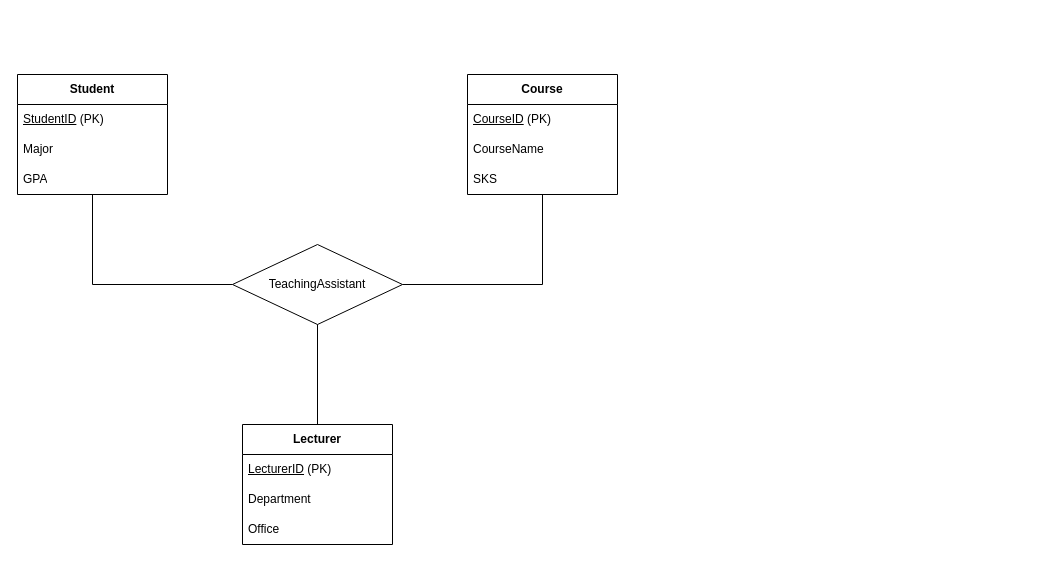
The draw.io diagram page "Page-31" (16 of 31) of EDM.drawio in HaikalE/-JavaScript-Interactive-Photo-Gallery, before the edit. Source tidied: cells renumbered, new cells numbered last; positions are measured from the earlier drawing's top-left corner, leaving out a move shared by most shapes. Both pictures are drawn from the tidied source at 100%, with x=0, y=0 at pixel (17, 74).
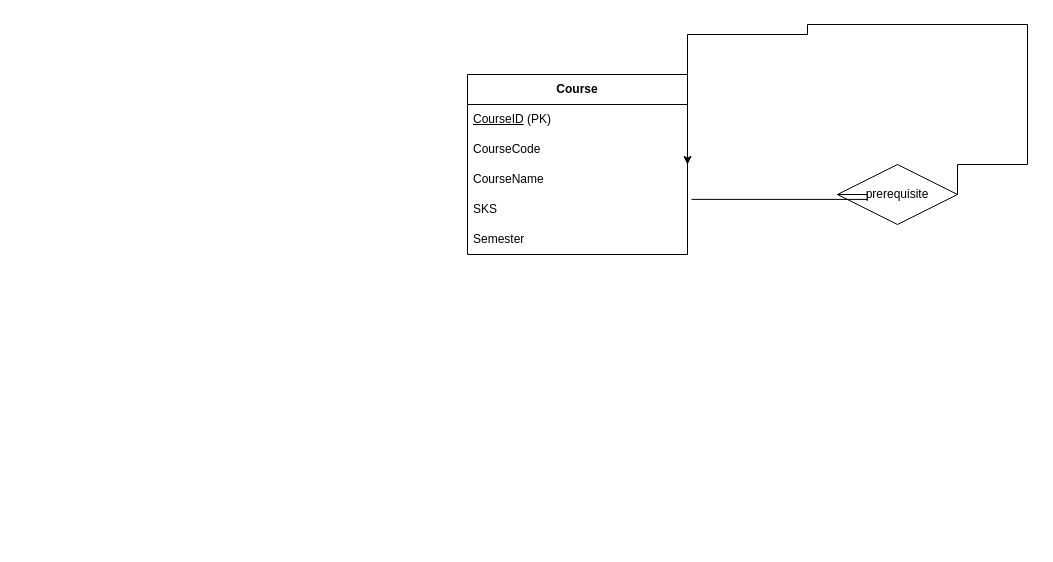
Above is the later version.

Change to the diagram source:
```diff
@@
 <mxGraphModel>
   <root>
     <mxCell id="0" />
     <mxCell id="1" parent="0" />
-    <mxCell id="2" value="Student" style="swimlane;fontStyle=1;horizontal=1;startSize=30;whiteSpace=wrap;html=1;" parent="1" vertex="1">
-      <mxGeometry width="150" height="120" as="geometry" />
-    </mxCell>
-    <mxCell id="3" value="&lt;u&gt;StudentID&lt;/u&gt; (PK)" style="text;strokeColor=none;fillColor=none;align=left;verticalAlign=middle;spacingLeft=4;spacingRight=4;overflow=hidden;whiteSpace=wrap;html=1;" parent="2" vertex="1">
-      <mxGeometry y="30" width="150" height="30" as="geometry" />
-    </mxCell>
-    <mxCell id="4" value="Major" style="text;strokeColor=none;fillColor=none;align=left;verticalAlign=middle;spacingLeft=4;spacingRight=4;overflow=hidden;whiteSpace=wrap;html=1;" parent="2" vertex="1">
-      <mxGeometry y="60" width="150" height="30" as="geometry" />
-    </mxCell>
-    <mxCell id="5" value="GPA" style="text;strokeColor=none;fillColor=none;align=left;verticalAlign=middle;spacingLeft=4;spacingRight=4;overflow=hidden;whiteSpace=wrap;html=1;" parent="2" vertex="1">
-      <mxGeometry y="90" width="150" height="30" as="geometry" />
-    </mxCell>
     <mxCell id="6" value="Course" style="swimlane;fontStyle=1;horizontal=1;startSize=30;whiteSpace=wrap;html=1;" parent="1" vertex="1">
-      <mxGeometry x="450" width="150" height="120" as="geometry" />
+      <mxGeometry x="450" width="220" height="180" as="geometry" />
     </mxCell>
     <mxCell id="7" value="&lt;u&gt;CourseID&lt;/u&gt; (PK)" style="text;strokeColor=none;fillColor=none;align=left;verticalAlign=middle;spacingLeft=4;spacingRight=4;overflow=hidden;whiteSpace=wrap;html=1;" parent="6" vertex="1">
-      <mxGeometry y="30" width="150" height="30" as="geometry" />
+      <mxGeometry y="30" width="220" height="30" as="geometry" />
     </mxCell>
+    <mxCell id="18" value="CourseCode" style="text;strokeColor=none;fillColor=none;align=left;verticalAlign=middle;spacingLeft=4;spacingRight=4;overflow=hidden;whiteSpace=wrap;html=1;" parent="6" vertex="1">
+      <mxGeometry y="60" width="220" height="30" as="geometry" />
+    </mxCell>
     <mxCell id="8" value="CourseName" style="text;strokeColor=none;fillColor=none;align=left;verticalAlign=middle;spacingLeft=4;spacingRight=4;overflow=hidden;whiteSpace=wrap;html=1;" parent="6" vertex="1">
-      <mxGeometry y="60" width="150" height="30" as="geometry" />
+      <mxGeometry y="90" width="220" height="30" as="geometry" />
     </mxCell>
     <mxCell id="9" value="SKS" style="text;strokeColor=none;fillColor=none;align=left;verticalAlign=middle;spacingLeft=4;spacingRight=4;overflow=hidden;points=[[0,0.5],[1,0.5]];portConstraint=eastwest;whiteSpace=wrap;html=1;" parent="6" vertex="1">
-      <mxGeometry y="90" width="150" height="30" as="geometry" />
+      <mxGeometry y="120" width="220" height="30" as="geometry" />
     </mxCell>
-    <mxCell id="10" value="Lecturer" style="swimlane;fontStyle=1;horizontal=1;startSize=30;whiteSpace=wrap;html=1;" parent="1" vertex="1">
-      <mxGeometry x="225" y="350" width="150" height="120" as="geometry" />
-    </mxCell>
-    <mxCell id="11" value="&lt;u&gt;LecturerID&lt;/u&gt; (PK)" style="text;strokeColor=none;fillColor=none;align=left;verticalAlign=middle;spacingLeft=4;spacingRight=4;overflow=hidden;whiteSpace=wrap;html=1;" parent="10" vertex="1">
-      <mxGeometry y="30" width="150" height="30" as="geometry" />
-    </mxCell>
-    <mxCell id="12" value="Department" style="text;strokeColor=none;fillColor=none;align=left;verticalAlign=middle;spacingLeft=4;spacingRight=4;overflow=hidden;whiteSpace=wrap;html=1;" parent="10" vertex="1">
-      <mxGeometry y="60" width="150" height="30" as="geometry" />
-    </mxCell>
-    <mxCell id="13" value="Office" style="text;strokeColor=none;fillColor=none;align=left;verticalAlign=middle;spacingLeft=4;spacingRight=4;overflow=hidden;whiteSpace=wrap;html=1;" parent="10" vertex="1">
-      <mxGeometry y="90" width="150" height="30" as="geometry" />
-    </mxCell>
-    <mxCell id="14" value="TeachingAssistant" style="rhombus;whiteSpace=wrap;html=1;" parent="1" vertex="1">
-      <mxGeometry x="215" y="170" width="170" height="80" as="geometry" />
-    </mxCell>
-    <mxCell id="15" style="edgeStyle=orthogonalEdgeStyle;rounded=0;jettySize=auto;html=1;exitX=0.5;exitY=1;exitDx=0;exitDy=0;entryX=0;entryY=0.5;entryDx=0;entryDy=0;startArrow=none;endArrow=none;endFill=0;" parent="1" edge="1" source="2" target="14">
-      <mxGeometry relative="1" as="geometry" />
-    </mxCell>
-    <mxCell id="16" style="edgeStyle=orthogonalEdgeStyle;rounded=0;jettySize=auto;html=1;exitX=0.5;exitY=1;exitDx=0;exitDy=0;entryX=1;entryY=0.5;entryDx=0;entryDy=0;startArrow=none;endArrow=none;endFill=0;" parent="1" edge="1" source="6" target="14">
-      <mxGeometry relative="1" as="geometry" />
-    </mxCell>
-    <mxCell id="17" style="edgeStyle=orthogonalEdgeStyle;rounded=0;jettySize=auto;html=1;exitX=0.5;exitY=0;exitDx=0;exitDy=0;entryX=0.5;entryY=1;entryDx=0;entryDy=0;startArrow=none;endArrow=none;endFill=0;" parent="1" edge="1" source="10" target="14">
-      <mxGeometry relative="1" as="geometry" />
-    </mxCell>
+    <mxCell id="19" value="Semester" style="text;strokeColor=none;fillColor=none;align=left;verticalAlign=middle;spacingLeft=4;spacingRight=4;overflow=hidden;whiteSpace=wrap;html=1;" parent="6" vertex="1">
+      <mxGeometry y="150" width="220" height="30" as="geometry" />
+    </mxCell>
+    <mxCell id="20" value="prerequisite" style="rhombus;whiteSpace=wrap;html=1;" parent="1" vertex="1">
+      <mxGeometry x="820" y="90" width="120" height="60" as="geometry" />
+    </mxCell>
+    <mxCell id="21" style="edgeStyle=orthogonalEdgeStyle;rounded=0;jettySize=auto;html=1;exitX=1.018;exitY=0.163;exitDx=0;exitDy=0;entryX=0;entryY=0.5;entryDx=0;entryDy=0;startArrow=none;endArrow=none;endFill=0;exitPerimeter=0;" parent="1" edge="1" source="9" target="20">
+      <mxGeometry relative="1" as="geometry">
+        <Array as="points">
+          <mxPoint x="850" y="125" />
+        </Array>
+      </mxGeometry>
+    </mxCell>
+    <mxCell id="22" style="edgeStyle=orthogonalEdgeStyle;rounded=0;jettySize=auto;html=1;exitX=1;exitY=0.5;exitDx=0;exitDy=0;entryX=1;entryY=0.5;entryDx=0;entryDy=0;startArrow=none;endArrow=classic;endFill=1;" parent="1" edge="1" source="20" target="6">
+      <mxGeometry relative="1" as="geometry">
+        <Array as="points">
+          <mxPoint x="1010" y="90" />
+          <mxPoint x="1010" y="-50" />
+          <mxPoint x="790" y="-50" />
+          <mxPoint x="790" y="-40" />
+          <mxPoint x="670" y="-40" />
+        </Array>
+      </mxGeometry>
+    </mxCell>
   </root>
 </mxGraphModel>
```
